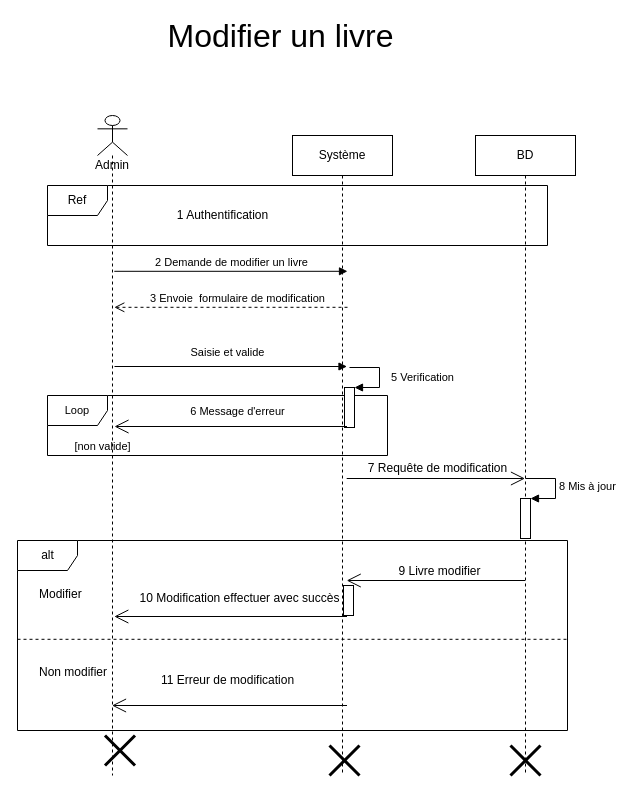
Before: page "Modifier un livre" (10 of 18) of Untitled Diagram.drawio in keidy001/virtual-biblio, a draw.io diagram. Source tidied: cells renumbered, new cells numbered last; positions are measured from the earlier drawing's top-left corner, leaving out a move shared by most shapes. Both pictures are drawn from the tidied source at 100%, with x=0, y=0 at pixel (17, 21).
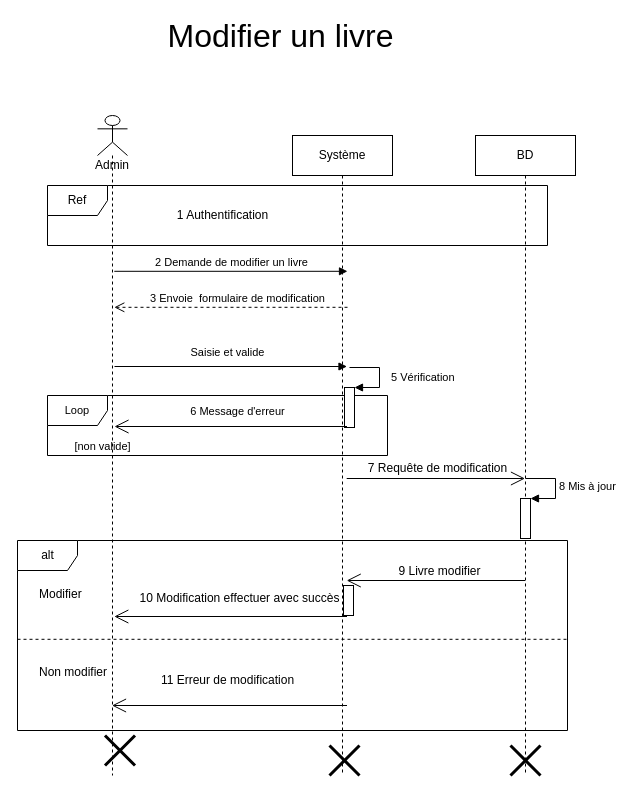
Above is the later version.

The change refers to these unchanged cells:
```xml
<mxCell id="16" style="html=1;points=[];perimeter=orthogonalPerimeter;fontSize=14;" parent="1" vertex="1">
  <mxGeometry x="327" y="366" width="10" height="40" as="geometry" />
</mxCell>
```

Change to the diagram source:
```diff
@@
-    <mxCell id="17" value="&lt;font style=&quot;font-size: 11px&quot;&gt;5 Verification&lt;/font&gt;" style="edgeStyle=orthogonalEdgeStyle;html=1;align=left;spacingLeft=2;endArrow=block;rounded=0;entryX=1;entryY=0;fontSize=14;" parent="1" edge="1" target="16">
+    <mxCell id="17" value="&lt;font style=&quot;font-size: 11px&quot;&gt;5 Vérification&lt;/font&gt;" style="edgeStyle=orthogonalEdgeStyle;html=1;align=left;spacingLeft=2;endArrow=block;rounded=0;entryX=1;entryY=0;fontSize=14;" parent="1" edge="1" target="16">
       <mxGeometry x="0.04" y="8" relative="1" as="geometry">
         <mxPoint x="332" y="346" as="sourcePoint" />
         <Array as="points">
           <mxPoint x="362" y="346" />
         </Array>
       </mxGeometry>
     </mxCell>
```
